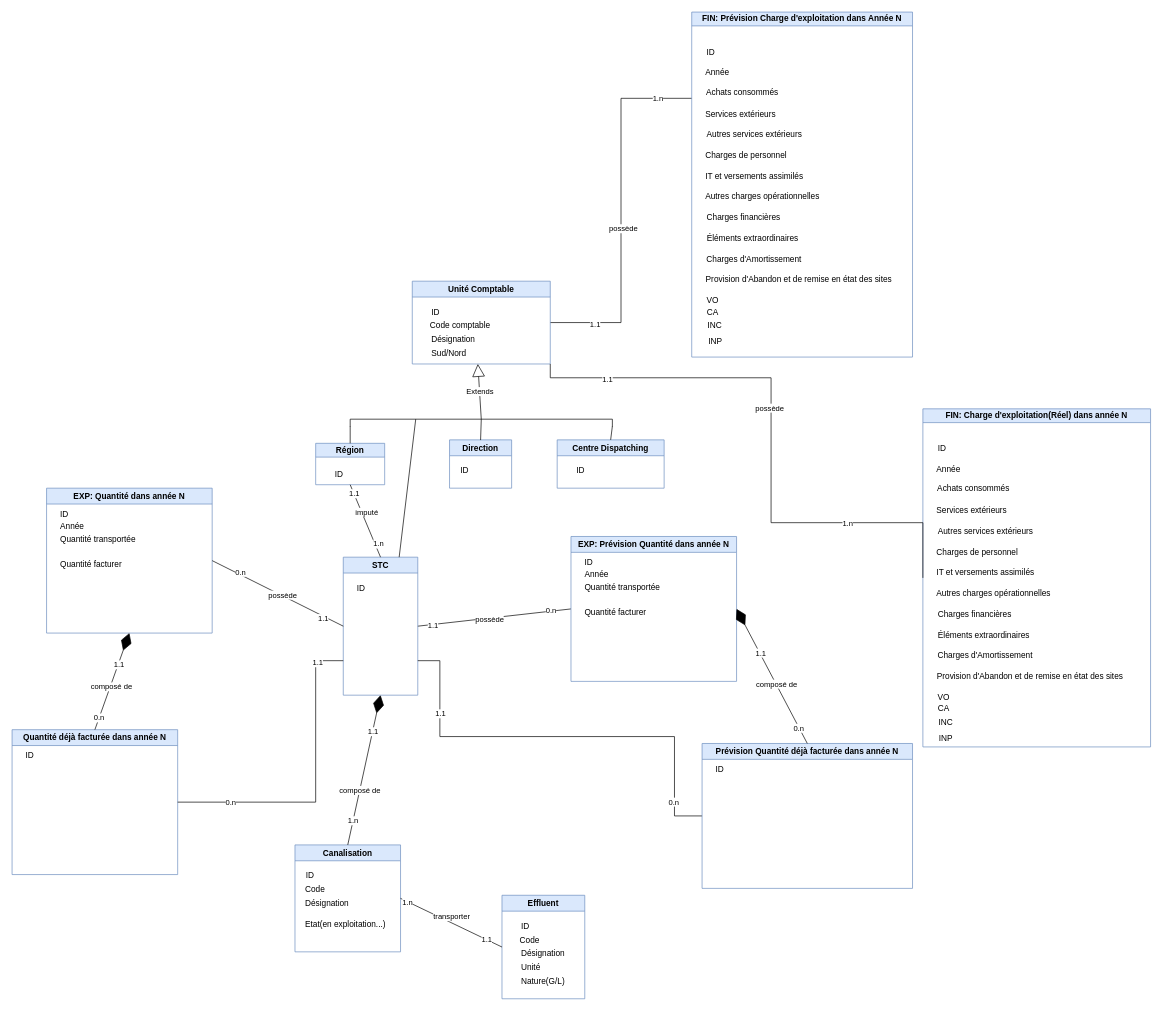
This is Diagramme de class Tarification.drawio.xml from saddambelabed/Conception, a draw.io file, before an edit. Source tidied: cells renumbered, new cells numbered last; positions are measured from the earlier drawing's top-left corner, leaving out a move shared by most shapes. Both pictures are drawn from the tidied source at 69%, with x=0, y=0 at pixel (12, 12).
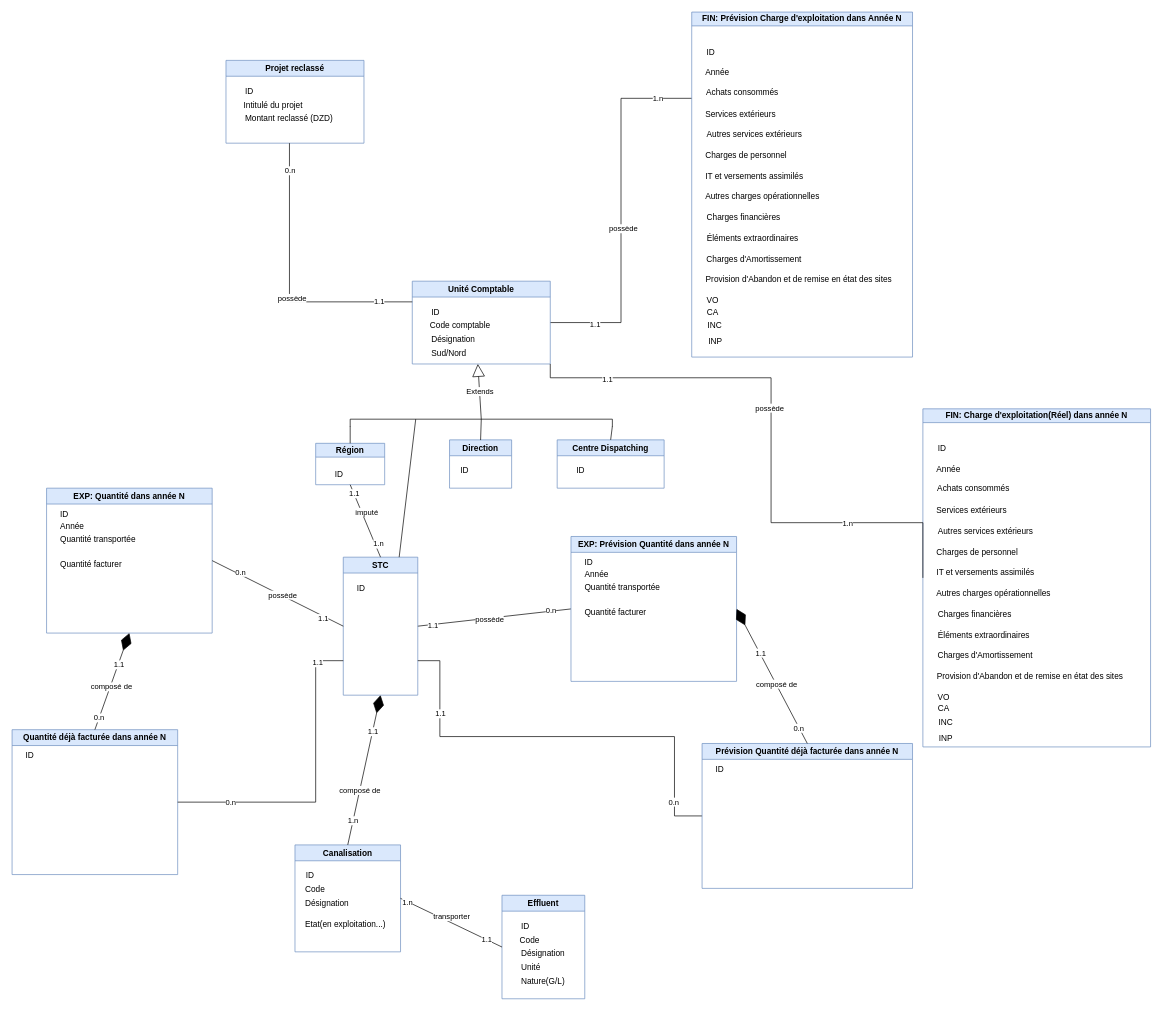
The same diagram, later.

Commit message:
Mettre à jour Diagramme de class Tarification.drawio.xml

Diff of the diagram source:
```diff
@@
+    <mxCell id="121" value="Projet reclassé" style="swimlane;whiteSpace=wrap;html=1;fillColor=#dae8fc;strokeColor=#6c8ebf;" parent="1" vertex="1">
+      <mxGeometry x="310" y="70" width="200" height="120" as="geometry" />
+    </mxCell>
+    <mxCell id="122" value="Intitulé du projet" style="text;html=1;align=left;verticalAlign=middle;strokeColor=none;fillColor=none;" parent="121" vertex="1">
+      <mxGeometry x="24" y="50" width="110" height="30" as="geometry" />
+    </mxCell>
+    <mxCell id="123" value="ID" style="text;html=1;align=left;verticalAlign=middle;strokeColor=none;fillColor=none;" parent="121" vertex="1">
+      <mxGeometry x="26" y="30" width="40" height="30" as="geometry" />
+    </mxCell>
+    <mxCell id="124" value="Montant reclassé (DZD)" style="text;html=1;align=left;verticalAlign=middle;strokeColor=none;fillColor=none;" parent="121" vertex="1">
+      <mxGeometry x="26" y="70" width="150" height="30" as="geometry" />
+    </mxCell>
+    <mxCell id="125" style="edgeStyle=orthogonalEdgeStyle;rounded=0;orthogonalLoop=1;jettySize=auto;html=1;endArrow=none;endFill=0;entryX=0.943;entryY=1;entryDx=0;entryDy=0;entryPerimeter=0;" parent="1" edge="1">
+      <mxGeometry relative="1" as="geometry">
+        <mxPoint x="580" y="420" as="sourcePoint" />
+        <mxPoint x="402" y="190" as="targetPoint" />
+        <Array as="points">
+          <mxPoint x="402" y="420" />
+        </Array>
+      </mxGeometry>
+    </mxCell>
+    <mxCell id="126" value="possède" style="edgeLabel;html=1;align=center;verticalAlign=middle;" parent="125" vertex="1">
+      <mxGeometry x="-0.1" y="-3" relative="1" as="geometry" />
+    </mxCell>
+    <mxCell id="127" value="0.n" style="edgeLabel;html=1;align=center;verticalAlign=middle;" parent="125" vertex="1">
+      <mxGeometry x="0.81" relative="1" as="geometry" />
+    </mxCell>
+    <mxCell id="128" value="1.1" style="edgeLabel;html=1;align=center;verticalAlign=middle;" parent="125" vertex="1">
+      <mxGeometry x="-0.76" y="-2" relative="1" as="geometry" />
+    </mxCell>
```
